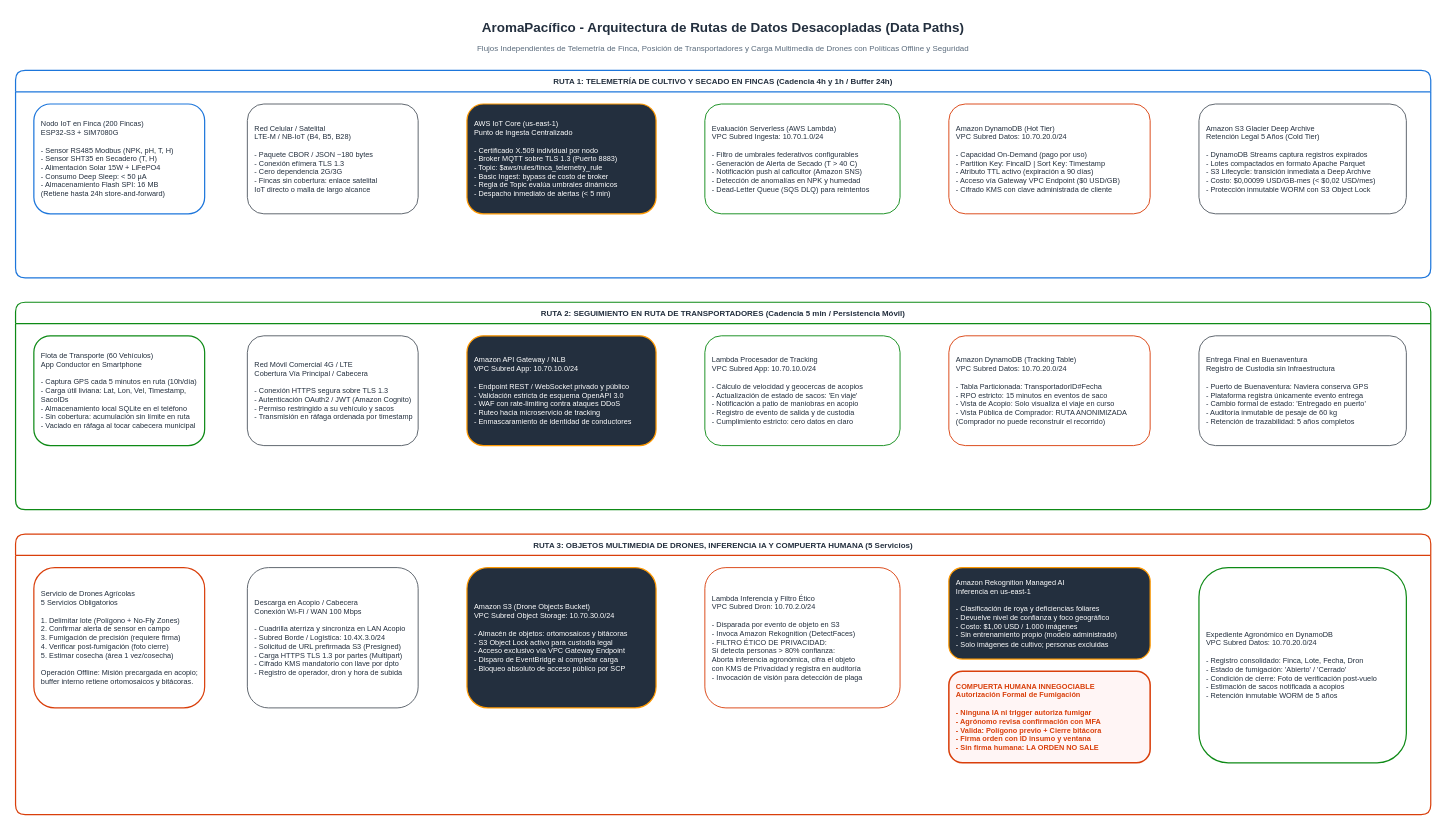
Before: docs/architecture/diagrams/red-data-paths.drawio in aromapacifico-platform/planning, a draw.io diagram. Source tidied: cells renumbered, new cells numbered last; positions are measured from the earlier drawing's top-left corner, leaving out a move shared by most shapes. Both pictures are drawn from the tidied source at 61%, with x=0, y=0 at pixel (15, 15).
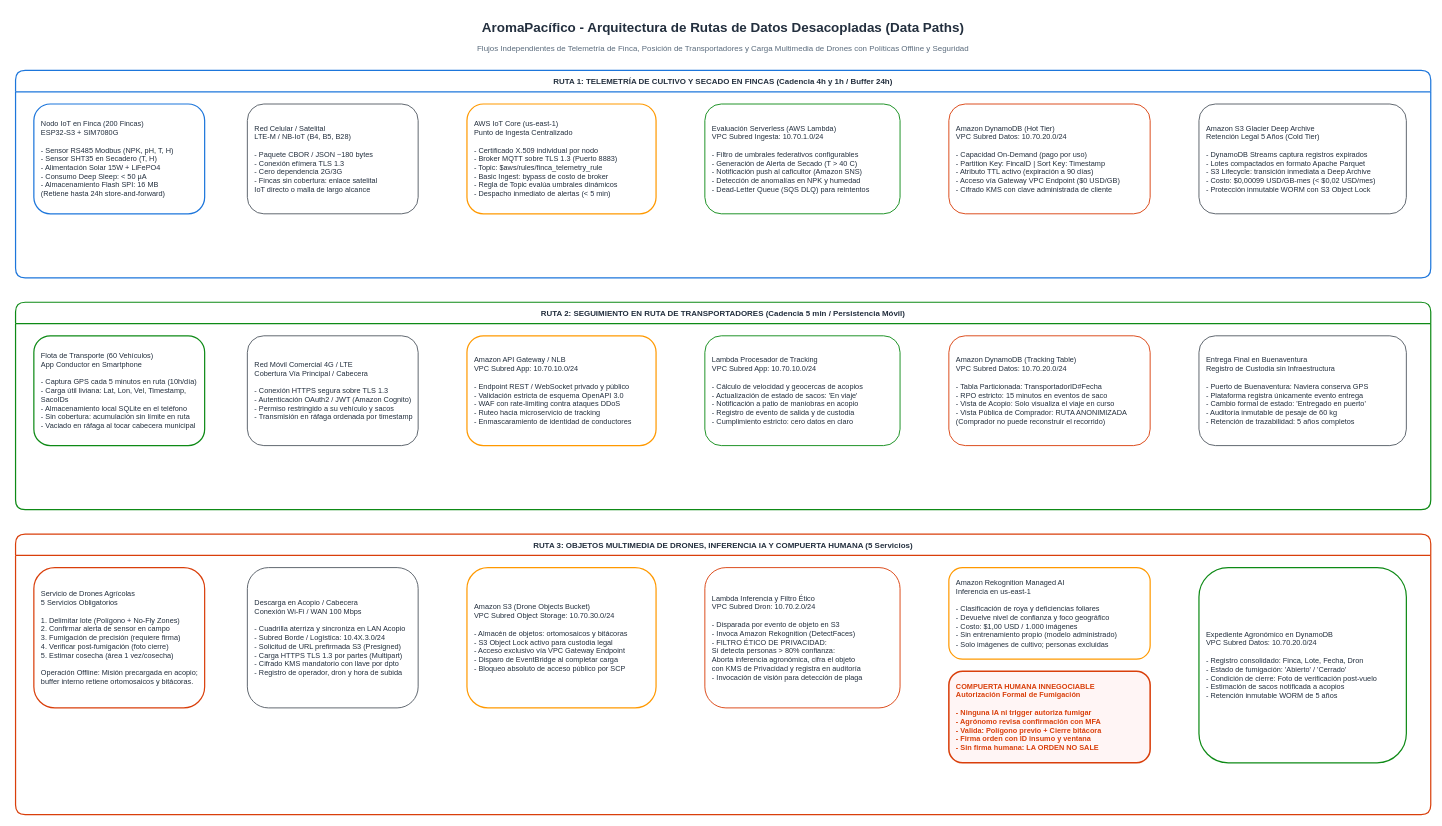
The same diagram, later.

The change refers to these unchanged cells:
```xml
<mxCell id="4" value="RUTA 1: TELEMETRÍA DE CULTIVO Y SECADO EN FINCAS (Cadencia 4h y 1h / Buffer 24h)" style="swimlane;startSize=35;horizontal=1;fillColor=#FFFFFF;strokeColor=#1D76DB;strokeWidth=2;rounded=1;fontSize=13;fontStyle=1;fontColor=#232F3E;" parent="1" vertex="1">
  <mxGeometry y="90" width="2320" height="340" as="geometry" />
</mxCell>
<mxCell id="16" value="RUTA 2: SEGUIMIENTO EN RUTA DE TRANSPORTADORES (Cadencia 5 min / Persistencia Móvil)" style="swimlane;startSize=35;horizontal=1;fillColor=#FFFFFF;strokeColor=#0E8A16;strokeWidth=2;rounded=1;fontSize=13;fontStyle=1;fontColor=#232F3E;" parent="1" vertex="1">
  <mxGeometry y="470" width="2320" height="340" as="geometry" />
</mxCell>
<mxCell id="28" value="RUTA 3: OBJETOS MULTIMEDIA DE DRONES, INFERENCIA IA Y COMPUERTA HUMANA (5 Servicios)" style="swimlane;startSize=35;horizontal=1;fillColor=#FFFFFF;strokeColor=#D93F0B;strokeWidth=2;rounded=1;fontSize=13;fontStyle=1;fontColor=#232F3E;" parent="1" vertex="1">
  <mxGeometry y="850" width="2320" height="460" as="geometry" />
</mxCell>
```

Change to the diagram source:
```diff
@@
-    <mxCell id="7" value="AWS IoT Core (us-east-1)&#10;Punto de Ingesta Centralizado&#10;&#10;- Certificado X.509 individual por nodo&#10;- Broker MQTT sobre TLS 1.3 (Puerto 8883)&#10;- Topic: $aws/rules/finca_telemetry_rule&#10;- Basic Ingest: bypass de costo de broker&#10;- Regla de Topic evalúa umbrales dinámicos&#10;- Despacho inmediato de alertas (&lt; 5 min)" style="rounded=1;whiteSpace=wrap;html=1;fillColor=#232F3E;strokeColor=#FF9900;strokeWidth=2;fontSize=12;align=left;spacingLeft=10;fontColor=#FFFFFF;" parent="4" vertex="1">
+    <mxCell id="7" value="AWS IoT Core (us-east-1)&#10;Punto de Ingesta Centralizado&#10;&#10;- Certificado X.509 individual por nodo&#10;- Broker MQTT sobre TLS 1.3 (Puerto 8883)&#10;- Topic: $aws/rules/finca_telemetry_rule&#10;- Basic Ingest: bypass de costo de broker&#10;- Regla de Topic evalúa umbrales dinámicos&#10;- Despacho inmediato de alertas (&lt; 5 min)" style="rounded=1;whiteSpace=wrap;html=1;fillColor=#FFFFFF;strokeColor=#FF9900;strokeWidth=2;fontSize=12;align=left;spacingLeft=10;fontColor=#232F3E;" parent="4" vertex="1">
       <mxGeometry x="740" y="55" width="310" height="180" as="geometry" />
     </mxCell>
@@
-    <mxCell id="19" value="Amazon API Gateway / NLB&#10;VPC Subred App: 10.70.10.0/24&#10;&#10;- Endpoint REST / WebSocket privado y público&#10;- Validación estricta de esquema OpenAPI 3.0&#10;- WAF con rate-limiting contra ataques DDoS&#10;- Ruteo hacia microservicio de tracking&#10;- Enmascaramiento de identidad de conductores" style="rounded=1;whiteSpace=wrap;html=1;fillColor=#232F3E;strokeColor=#FF9900;strokeWidth=2;fontSize=12;align=left;spacingLeft=10;fontColor=#FFFFFF;" parent="16" vertex="1">
+    <mxCell id="19" value="Amazon API Gateway / NLB&#10;VPC Subred App: 10.70.10.0/24&#10;&#10;- Endpoint REST / WebSocket privado y público&#10;- Validación estricta de esquema OpenAPI 3.0&#10;- WAF con rate-limiting contra ataques DDoS&#10;- Ruteo hacia microservicio de tracking&#10;- Enmascaramiento de identidad de conductores" style="rounded=1;whiteSpace=wrap;html=1;fillColor=#FFFFFF;strokeColor=#FF9900;strokeWidth=2;fontSize=12;align=left;spacingLeft=10;fontColor=#232F3E;" parent="16" vertex="1">
       <mxGeometry x="740" y="55" width="310" height="180" as="geometry" />
     </mxCell>
@@
-    <mxCell id="31" value="Amazon S3 (Drone Objects Bucket)&#10;VPC Subred Object Storage: 10.70.30.0/24&#10;&#10;- Almacén de objetos: ortomosaicos y bitácoras&#10;- S3 Object Lock activo para custodia legal&#10;- Acceso exclusivo vía VPC Gateway Endpoint&#10;- Disparo de EventBridge al completar carga&#10;- Bloqueo absoluto de acceso público por SCP" style="rounded=1;whiteSpace=wrap;html=1;fillColor=#232F3E;strokeColor=#FF9900;strokeWidth=2;fontSize=12;align=left;spacingLeft=10;fontColor=#FFFFFF;" parent="28" vertex="1">
+    <mxCell id="31" value="Amazon S3 (Drone Objects Bucket)&#10;VPC Subred Object Storage: 10.70.30.0/24&#10;&#10;- Almacén de objetos: ortomosaicos y bitácoras&#10;- S3 Object Lock activo para custodia legal&#10;- Acceso exclusivo vía VPC Gateway Endpoint&#10;- Disparo de EventBridge al completar carga&#10;- Bloqueo absoluto de acceso público por SCP" style="rounded=1;whiteSpace=wrap;html=1;fillColor=#FFFFFF;strokeColor=#FF9900;strokeWidth=2;fontSize=12;align=left;spacingLeft=10;fontColor=#232F3E;" parent="28" vertex="1">
       <mxGeometry x="740" y="55" width="310" height="230" as="geometry" />
     </mxCell>
@@
-    <mxCell id="33" value="Amazon Rekognition Managed AI&#10;Inferencia en us-east-1&#10;&#10;- Clasificación de roya y deficiencias foliares&#10;- Devuelve nivel de confianza y foco geográfico&#10;- Costo: $1,00 USD / 1.000 imágenes&#10;- Sin entrenamiento propio (modelo administrado)&#10;- Solo imágenes de cultivo; personas excluidas" style="rounded=1;whiteSpace=wrap;html=1;fillColor=#232F3E;strokeColor=#FF9900;strokeWidth=2;fontSize=12;align=left;spacingLeft=10;fontColor=#FFFFFF;" parent="28" vertex="1">
+    <mxCell id="33" value="Amazon Rekognition Managed AI&#10;Inferencia en us-east-1&#10;&#10;- Clasificación de roya y deficiencias foliares&#10;- Devuelve nivel de confianza y foco geográfico&#10;- Costo: $1,00 USD / 1.000 imágenes&#10;- Sin entrenamiento propio (modelo administrado)&#10;- Solo imágenes de cultivo; personas excluidas" style="rounded=1;whiteSpace=wrap;html=1;fillColor=#FFFFFF;strokeColor=#FF9900;strokeWidth=2;fontSize=12;align=left;spacingLeft=10;fontColor=#232F3E;" parent="28" vertex="1">
       <mxGeometry x="1530" y="55" width="330" height="150" as="geometry" />
     </mxCell>
```
